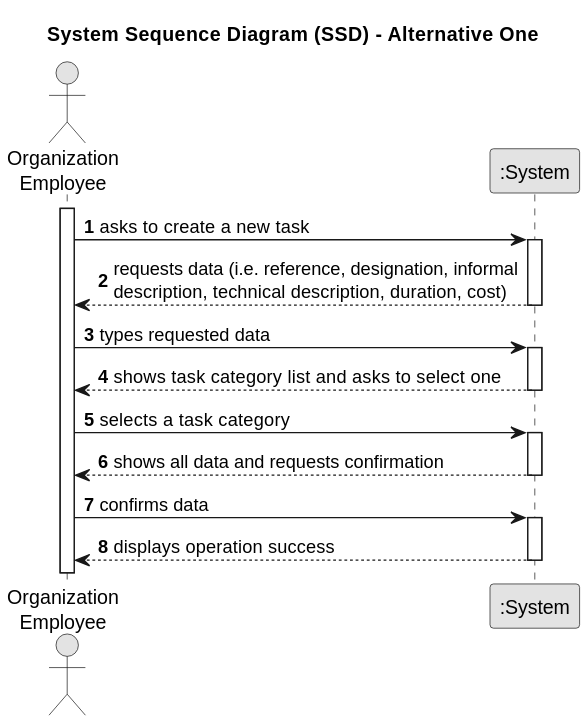
Earlier version of the PlantUML export docs/sprintB/us014/01.requirements-engineering/svg/us014-system-sequence-diagram-alternative-one.svg (ricardomm7/leaflink). Source of this version:
```plantuml
@startuml
skinparam monochrome true
skinparam packageStyle rectangle
skinparam shadowing false

title System Sequence Diagram (SSD) - Alternative One

autonumber

actor "Organization\nEmployee" as Employee
participant ":System" as System

activate Employee

    Employee -> System : asks to create a new task
    activate System

        System --> Employee : requests data (i.e. reference, designation, informal\ndescription, technical description, duration, cost)
    deactivate System

    Employee -> System : types requested data
    activate System

        System --> Employee : shows task category list and asks to select one
    deactivate System

    Employee -> System : selects a task category
    activate System

        System --> Employee : shows all data and requests confirmation
    deactivate System

    Employee -> System : confirms data
    activate System

        System --> Employee : displays operation success
    deactivate System
@enduml
```
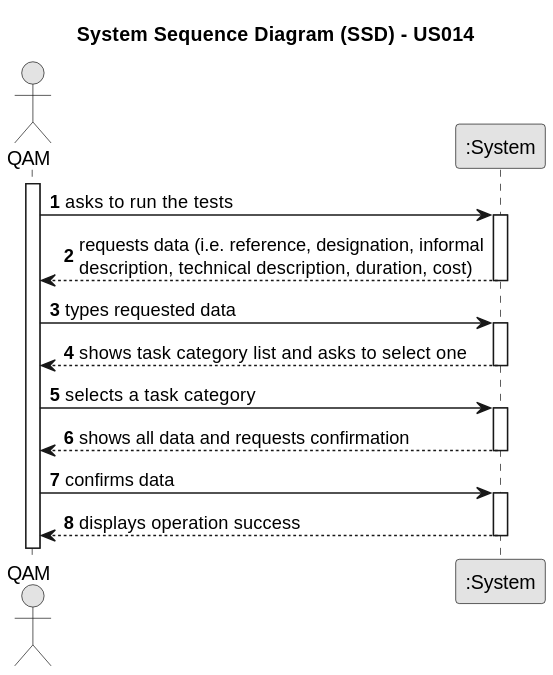
Above is the later version.

What changed in the source:
```diff
@@ -3,36 +3,36 @@
 skinparam packageStyle rectangle
 skinparam shadowing false
 
-title System Sequence Diagram (SSD) - Alternative One
+title System Sequence Diagram (SSD) - US014
 
 autonumber
 
-actor "Organization\nEmployee" as Employee
+actor "QAM" as QAM
 participant ":System" as System
 
-activate Employee
+activate QAM
 
-    Employee -> System : asks to create a new task
+    QAM -> System : asks to run the tests
     activate System
 
-        System --> Employee : requests data (i.e. reference, designation, informal\ndescription, technical description, duration, cost)
+        System --> QAM : requests data (i.e. reference, designation, informal\ndescription, technical description, duration, cost)
     deactivate System
 
-    Employee -> System : types requested data
+    QAM -> System : types requested data
     activate System
 
-        System --> Employee : shows task category list and asks to select one
+        System --> QAM : shows task category list and asks to select one
     deactivate System
 
-    Employee -> System : selects a task category
+    QAM -> System : selects a task category
     activate System
 
-        System --> Employee : shows all data and requests confirmation
+        System --> QAM : shows all data and requests confirmation
     deactivate System
 
-    Employee -> System : confirms data
+    QAM -> System : confirms data
     activate System
 
-        System --> Employee : displays operation success
+        System --> QAM : displays operation success
     deactivate System
 @enduml
```
